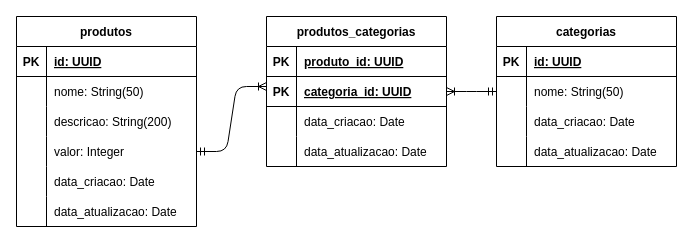
This is page "Modelo Lógico" (2 of 2) of requirements/ecommerce-database.drawio from esteroliveira33/ecommerce-node-api, a draw.io file, before an edit. Source tidied: cells renumbered, new cells numbered last; positions are measured from the earlier drawing's top-left corner, leaving out a move shared by most shapes. Both pictures are drawn from the tidied source at 100%, with x=0, y=0 at pixel (16, 16).
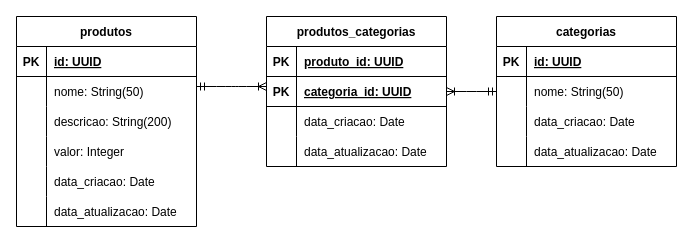
The same page after the edit.

The change refers to these unchanged cells:
```xml
<mxCell id="12" style="shape=tableRow;horizontal=0;startSize=0;swimlaneHead=0;swimlaneBody=0;fillColor=none;points=[[0,0.5],[1,0.5]];portConstraint=eastwest;top=0;left=0;right=0;bottom=0;" parent="2" vertex="1">
  <mxGeometry y="120" width="180" height="30" as="geometry" />
</mxCell>
```

The edit, as a diff of the source:
```diff
@@
-    <mxCell id="47" style="edgeStyle=entityRelationEdgeStyle;fontSize=12;html=1;endArrow=ERoneToMany;startArrow=ERmandOne;" parent="1" edge="1" source="12">
+    <mxCell id="47" style="edgeStyle=entityRelationEdgeStyle;fontSize=12;html=1;endArrow=ERoneToMany;startArrow=ERmandOne;" parent="1" edge="1">
       <mxGeometry relative="1" as="geometry">
+        <mxPoint x="180" y="70" as="sourcePoint" />
         <mxPoint x="250" y="70" as="targetPoint" />
       </mxGeometry>
     </mxCell>
```
